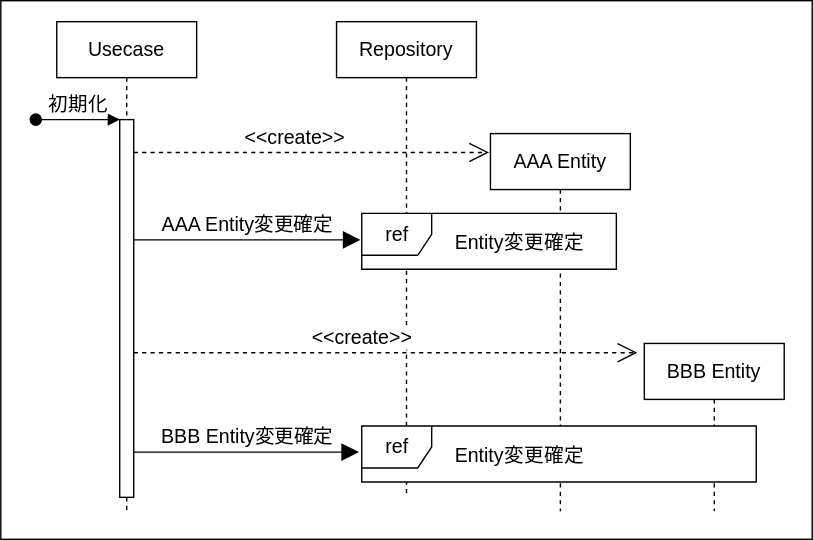
Before: Documents/Design/設定値初期化シーケンス.svg, a diagram exported from draw.io (bosssanovar/WindowsApp_Template_202404). Source tidied: cells renumbered, new cells last; positions are measured from the earlier drawing's top-left corner, leaving out a move shared by most shapes.
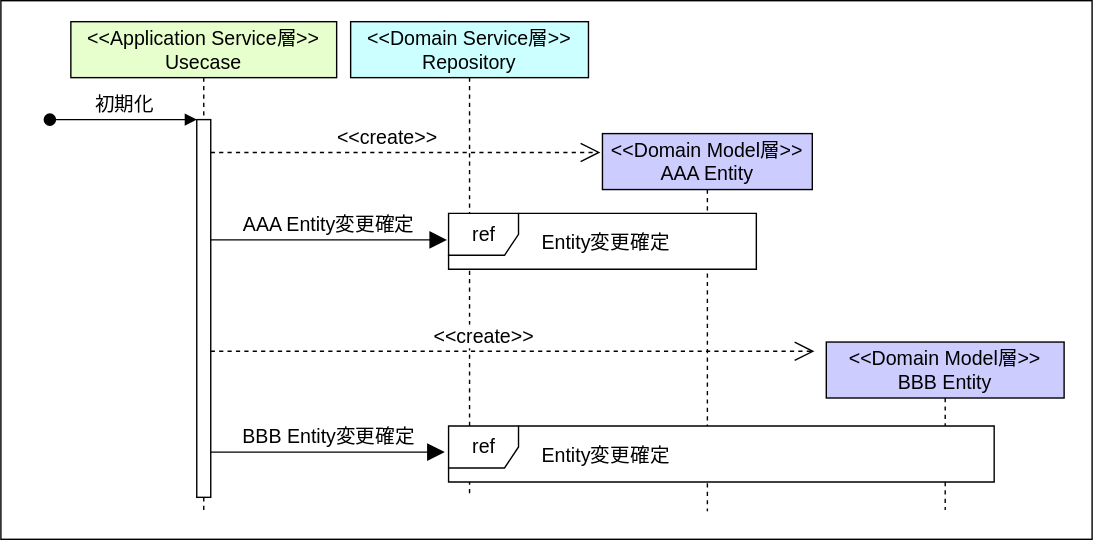
Later version of the same file.

What changed in the source:
```diff
@@ -3,30 +3,30 @@
     <mxCell id="0" />
     <mxCell id="1" parent="0" />
     <mxCell id="2" style="rounded=0;whiteSpace=wrap;html=1;strokeColor=#000000;strokeWidth=1;fontSize=14;fontColor=#000000;fillColor=default;" parent="1" vertex="1">
-      <mxGeometry width="580" height="385" as="geometry" />
+      <mxGeometry x="-100" width="780" height="385" as="geometry" />
     </mxCell>
-    <mxCell id="3" value="Usecase" style="shape=umlLifeline;perimeter=lifelinePerimeter;whiteSpace=wrap;html=1;strokeColor=#000000;strokeWidth=1;fontSize=14;fontColor=#000000;fillColor=#FFFFFF;" parent="1" vertex="1">
-      <mxGeometry x="40" y="15" width="100" height="350" as="geometry" />
+    <mxCell id="3" value="&amp;lt;&amp;lt;Application Service層&amp;gt;&amp;gt;&lt;br&gt;Usecase" style="shape=umlLifeline;perimeter=lifelinePerimeter;whiteSpace=wrap;html=1;strokeColor=#000000;strokeWidth=1;fontSize=14;fontColor=#000000;fillColor=#E6FFCC;" parent="1" vertex="1">
+      <mxGeometry x="-50" y="15" width="190" height="350" as="geometry" />
     </mxCell>
     <mxCell id="4" style="html=1;points=[];perimeter=orthogonalPerimeter;strokeColor=#000000;strokeWidth=1;fontSize=14;fontColor=#000000;fillColor=default;" parent="3" vertex="1">
-      <mxGeometry x="45" y="70" width="10" height="270" as="geometry" />
+      <mxGeometry x="90" y="70" width="10" height="270" as="geometry" />
     </mxCell>
     <mxCell id="5" value="初期化" style="html=1;verticalAlign=bottom;startArrow=oval;endArrow=block;startSize=8;strokeWidth=1;fontSize=14;fontColor=#000000;" parent="3" edge="1" target="4">
       <mxGeometry relative="1" as="geometry">
         <mxPoint x="-15" y="70" as="sourcePoint" />
       </mxGeometry>
     </mxCell>
-    <mxCell id="6" value="Repository" style="shape=umlLifeline;perimeter=lifelinePerimeter;whiteSpace=wrap;html=1;strokeColor=#000000;strokeWidth=1;fontSize=14;fontColor=#000000;fillColor=#FFFFFF;" parent="1" vertex="1">
-      <mxGeometry x="240" y="15" width="100" height="340" as="geometry" />
+    <mxCell id="6" value="&amp;lt;&amp;lt;Domain Service層&amp;gt;&amp;gt;&lt;br&gt;Repository" style="shape=umlLifeline;perimeter=lifelinePerimeter;whiteSpace=wrap;html=1;strokeColor=#000000;strokeWidth=1;fontSize=14;fontColor=#000000;fillColor=#CCFFFF;" parent="1" vertex="1">
+      <mxGeometry x="150" y="15" width="170" height="340" as="geometry" />
     </mxCell>
-    <mxCell id="7" value="AAA Entity" style="shape=umlLifeline;perimeter=lifelinePerimeter;whiteSpace=wrap;html=1;outlineConnect=0;strokeColor=#000000;strokeWidth=1;fontSize=14;fontColor=#000000;fillColor=#FFFFFF;" parent="1" vertex="1">
-      <mxGeometry x="350" y="95" width="100" height="270" as="geometry" />
+    <mxCell id="7" value="&amp;lt;&amp;lt;Domain Model層&amp;gt;&amp;gt;&lt;br&gt;AAA Entity" style="shape=umlLifeline;perimeter=lifelinePerimeter;whiteSpace=wrap;html=1;outlineConnect=0;strokeColor=#000000;strokeWidth=1;fontSize=14;fontColor=#000000;fillColor=#CCCCFF;" parent="1" vertex="1">
+      <mxGeometry x="330" y="95" width="150" height="270" as="geometry" />
     </mxCell>
-    <mxCell id="8" value="BBB Entity" style="shape=umlLifeline;perimeter=lifelinePerimeter;whiteSpace=wrap;html=1;outlineConnect=0;strokeColor=#000000;strokeWidth=1;fontSize=14;fontColor=#000000;fillColor=#FFFFFF;" parent="1" vertex="1">
-      <mxGeometry x="460" y="245" width="100" height="120" as="geometry" />
+    <mxCell id="8" value="&amp;lt;&amp;lt;Domain Model層&amp;gt;&amp;gt;&lt;br&gt;BBB Entity" style="shape=umlLifeline;perimeter=lifelinePerimeter;whiteSpace=wrap;html=1;outlineConnect=0;strokeColor=#000000;strokeWidth=1;fontSize=14;fontColor=#000000;fillColor=#CCCCFF;" parent="1" vertex="1">
+      <mxGeometry x="490" y="244" width="170" height="120" as="geometry" />
     </mxCell>
     <mxCell id="9" value="ref" style="shape=umlFrame;tabPosition=left;html=1;boundedLbl=1;labelInHeader=1;width=50;height=30;strokeWidth=1;fontSize=14;swimlaneFillColor=#FFFFFF;" parent="1" vertex="1">
-      <mxGeometry x="258" y="152" width="182" height="40" as="geometry" />
+      <mxGeometry x="220" y="152" width="220" height="40" as="geometry" />
     </mxCell>
     <mxCell id="10" value="Entity変更確定" style="text;align=center;strokeColor=none;strokeWidth=1;fontSize=14;fontColor=#000000;fillColor=default;" parent="9" vertex="1">
       <mxGeometry width="100" height="20" relative="1" as="geometry">
@@ -37,7 +37,7 @@
       <mxGeometry relative="1" as="geometry" />
     </mxCell>
     <mxCell id="12" value="ref" style="shape=umlFrame;tabPosition=left;html=1;boundedLbl=1;labelInHeader=1;width=50;height=30;strokeWidth=1;fontSize=14;swimlaneFillColor=#FFFFFF;" parent="1" vertex="1">
-      <mxGeometry x="258" y="304" width="282" height="40" as="geometry" />
+      <mxGeometry x="220" y="304" width="390" height="40" as="geometry" />
     </mxCell>
     <mxCell id="13" value="Entity変更確定" style="text;align=center;strokeColor=none;strokeWidth=1;fontSize=14;fontColor=#000000;fillColor=default;" parent="12" vertex="1">
       <mxGeometry width="100" height="20" relative="1" as="geometry">
```
